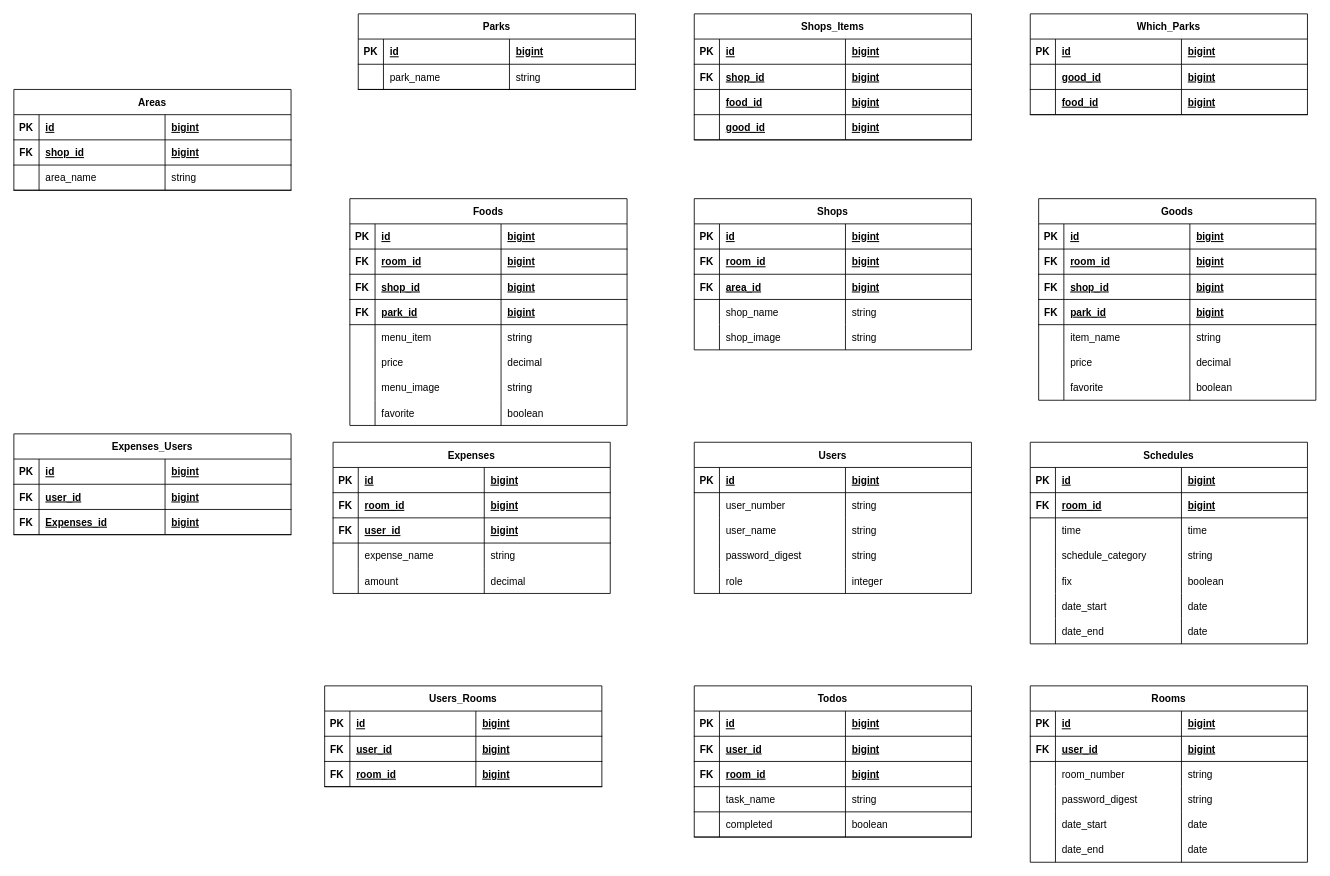
The draw.io diagram schedule_ER.dio in harumakimaki48/schedule, before the edit. Source tidied: cells renumbered, new cells numbered last; positions are measured from the earlier drawing's top-left corner, leaving out a move shared by most shapes. Both pictures are drawn from the tidied source at 84%, with x=0, y=0 at pixel (13, 13).
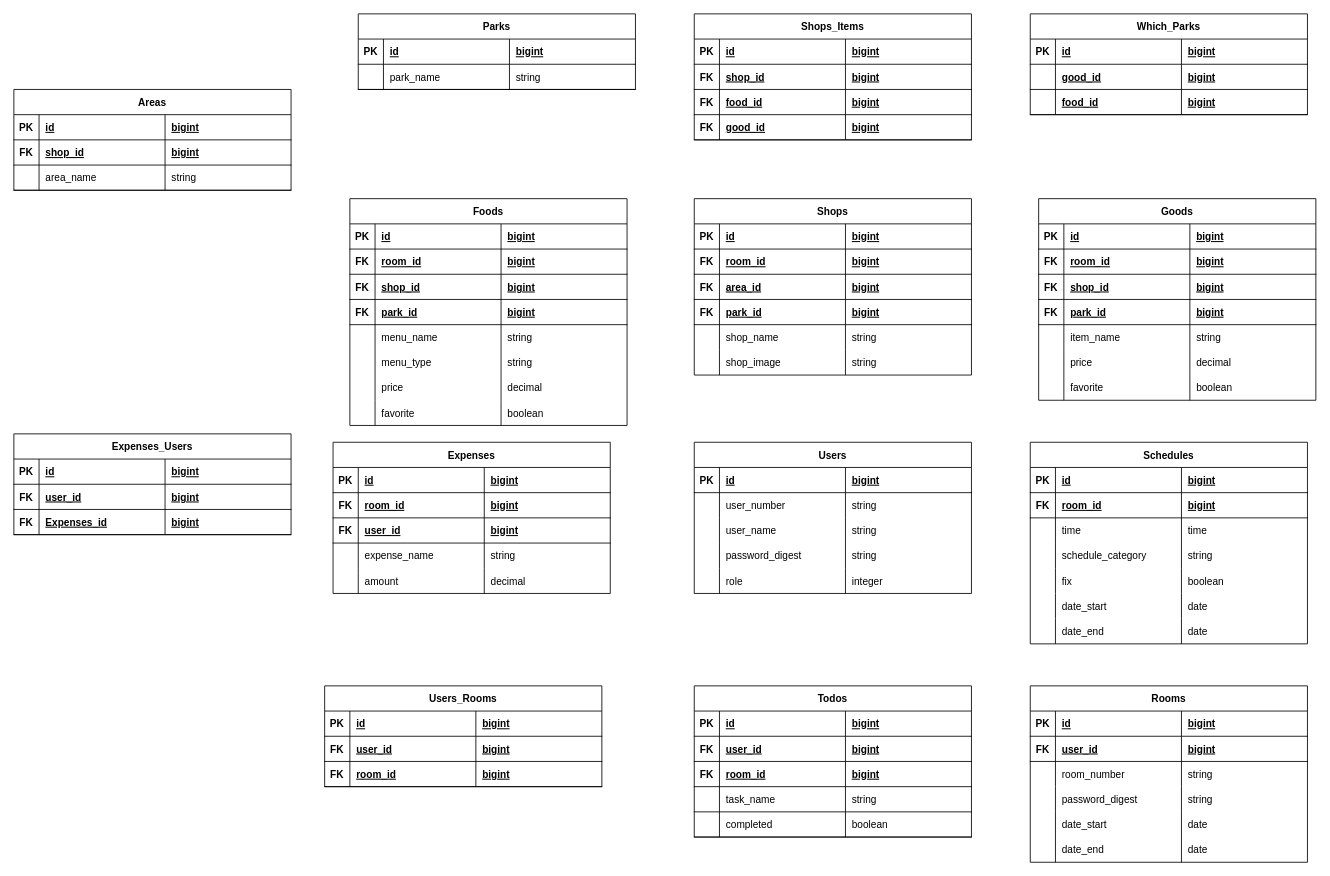
The same diagram, later.

Unchanged cells that the change refers to:
```xml
<mxCell id="77" value="Foods" style="shape=table;startSize=30;childLayout=tableLayout;rowLines=0;fontStyle=1;align=center;" parent="1" vertex="1">
  <mxGeometry x="400" y="220" width="330" height="270" as="geometry" />
</mxCell>
<mxCell id="94" style="shape=tableRow;horizontal=0;startSize=0;swimlaneHead=0;swimlaneBody=0;fillColor=none;top=0;left=0;right=0;bottom=0;" parent="77" vertex="1">
  <mxGeometry y="150" width="330" height="30" as="geometry" />
</mxCell>
<mxCell id="190" style="shape=tableRow;horizontal=0;startSize=0;swimlaneHead=0;swimlaneBody=0;fillColor=none;top=0;left=0;right=0;bottom=1;" parent="181" vertex="1">
  <mxGeometry y="90" width="330" height="30" as="geometry" />
</mxCell>
<mxCell id="194" style="shape=tableRow;horizontal=0;startSize=0;swimlaneHead=0;swimlaneBody=0;fillColor=none;top=0;left=0;right=0;bottom=1;" parent="181" vertex="1">
  <mxGeometry y="120" width="330" height="30" as="geometry" />
</mxCell>
```

Change to the diagram source:
```diff
@@
-    <mxCell id="96" value="menu_item" style="shape=partialRectangle;fillColor=none;top=0;left=0;bottom=0;right=0;align=left;spacingLeft=6;overflow=hidden;" parent="94" vertex="1">
+    <mxCell id="96" value="menu_name" style="shape=partialRectangle;fillColor=none;top=0;left=0;bottom=0;right=0;align=left;spacingLeft=6;overflow=hidden;" parent="94" vertex="1">
       <mxGeometry x="30" width="150" height="30" as="geometry" />
     </mxCell>
@@
+    <mxCell id="280" style="shape=tableRow;horizontal=0;startSize=0;swimlaneHead=0;swimlaneBody=0;fillColor=none;top=0;left=0;right=0;bottom=0;" parent="77" vertex="1">
+      <mxGeometry y="180" width="330" height="30" as="geometry" />
+    </mxCell>
+    <mxCell id="103" style="shape=partialRectangle;fillColor=none;top=0;left=0;bottom=0;right=0;overflow=hidden;" parent="280" vertex="1">
+      <mxGeometry width="30" height="30" as="geometry" />
+    </mxCell>
+    <mxCell id="281" value="menu_type" style="shape=partialRectangle;fillColor=none;top=0;left=0;bottom=0;right=0;align=left;spacingLeft=6;overflow=hidden;" parent="280" vertex="1">
+      <mxGeometry x="30" width="150" height="30" as="geometry" />
+    </mxCell>
+    <mxCell id="105" value="string" style="shape=partialRectangle;fillColor=none;top=0;left=0;bottom=0;right=0;align=left;spacingLeft=6;overflow=hidden;" parent="280" vertex="1">
+      <mxGeometry x="180" width="150" height="30" as="geometry" />
+    </mxCell>
     <mxCell id="98" style="shape=tableRow;horizontal=0;startSize=0;swimlaneHead=0;swimlaneBody=0;fillColor=none;top=0;left=0;right=0;bottom=0;" parent="77" vertex="1">
-      <mxGeometry y="180" width="330" height="30" as="geometry" />
+      <mxGeometry y="210" width="330" height="30" as="geometry" />
     </mxCell>
@@
-    <mxCell id="102" style="shape=tableRow;horizontal=0;startSize=0;swimlaneHead=0;swimlaneBody=0;fillColor=none;top=0;left=0;right=0;bottom=0;" parent="77" vertex="1">
-      <mxGeometry y="210" width="330" height="30" as="geometry" />
-    </mxCell>
-    <mxCell id="103" style="shape=partialRectangle;fillColor=none;top=0;left=0;bottom=0;right=0;overflow=hidden;" parent="102" vertex="1">
-      <mxGeometry width="30" height="30" as="geometry" />
-    </mxCell>
-    <mxCell id="104" value="menu_image" style="shape=partialRectangle;fillColor=none;top=0;left=0;bottom=0;right=0;align=left;spacingLeft=6;overflow=hidden;" parent="102" vertex="1">
-      <mxGeometry x="30" width="150" height="30" as="geometry" />
-    </mxCell>
-    <mxCell id="105" value="string" style="shape=partialRectangle;fillColor=none;top=0;left=0;bottom=0;right=0;align=left;spacingLeft=6;overflow=hidden;" parent="102" vertex="1">
-      <mxGeometry x="180" width="150" height="30" as="geometry" />
-    </mxCell>
@@
     <mxCell id="160" value="Shops" style="shape=table;startSize=30;childLayout=tableLayout;rowLines=0;fontStyle=1;align=center;" parent="1" vertex="1">
-      <mxGeometry x="810" y="220" width="330" height="180" as="geometry" />
+      <mxGeometry x="810" y="220" width="330" height="210" as="geometry" />
     </mxCell>
@@
+    <mxCell id="282" style="shape=tableRow;horizontal=0;startSize=0;swimlaneHead=0;swimlaneBody=0;fillColor=none;top=0;left=0;right=0;bottom=1;" parent="160" vertex="1">
+      <mxGeometry y="120" width="330" height="30" as="geometry" />
+    </mxCell>
+    <mxCell id="283" value="FK" style="shape=partialRectangle;fillColor=none;top=0;left=0;bottom=0;right=0;fontStyle=1;overflow=hidden;" parent="282" vertex="1">
+      <mxGeometry width="30" height="30" as="geometry" />
+    </mxCell>
+    <mxCell id="284" value="park_id" style="shape=partialRectangle;fillColor=none;top=0;left=0;bottom=0;right=0;align=left;spacingLeft=6;fontStyle=5;overflow=hidden;" parent="282" vertex="1">
+      <mxGeometry x="30" width="150" height="30" as="geometry" />
+    </mxCell>
+    <mxCell id="285" value="bigint" style="shape=partialRectangle;fillColor=none;top=0;left=0;bottom=0;right=0;align=left;spacingLeft=6;fontStyle=5;overflow=hidden;" parent="282" vertex="1">
+      <mxGeometry x="180" width="150" height="30" as="geometry" />
+    </mxCell>
     <mxCell id="173" style="shape=tableRow;horizontal=0;startSize=0;swimlaneHead=0;swimlaneBody=0;fillColor=none;top=0;left=0;right=0;bottom=0;" parent="160" vertex="1">
-      <mxGeometry y="120" width="330" height="30" as="geometry" />
+      <mxGeometry y="150" width="330" height="30" as="geometry" />
     </mxCell>
@@
     <mxCell id="177" style="shape=tableRow;horizontal=0;startSize=0;swimlaneHead=0;swimlaneBody=0;fillColor=none;top=0;left=0;right=0;bottom=0;" parent="160" vertex="1">
-      <mxGeometry y="150" width="330" height="30" as="geometry" />
+      <mxGeometry y="180" width="330" height="30" as="geometry" />
     </mxCell>
@@
-    <mxCell id="191" style="shape=partialRectangle;fillColor=none;top=0;left=0;bottom=0;right=0;fontStyle=1;overflow=hidden;" parent="190" vertex="1">
+    <mxCell id="191" value="FK" style="shape=partialRectangle;fillColor=none;top=0;left=0;bottom=0;right=0;fontStyle=1;overflow=hidden;" parent="190" vertex="1">
       <mxGeometry width="30" height="30" as="geometry" />
     </mxCell>
@@
-    <mxCell id="195" style="shape=partialRectangle;fillColor=none;top=0;left=0;bottom=0;right=0;fontStyle=1;overflow=hidden;" parent="194" vertex="1">
+    <mxCell id="195" value="FK" style="shape=partialRectangle;fillColor=none;top=0;left=0;bottom=0;right=0;fontStyle=1;overflow=hidden;" parent="194" vertex="1">
       <mxGeometry width="30" height="30" as="geometry" />
     </mxCell>
```
